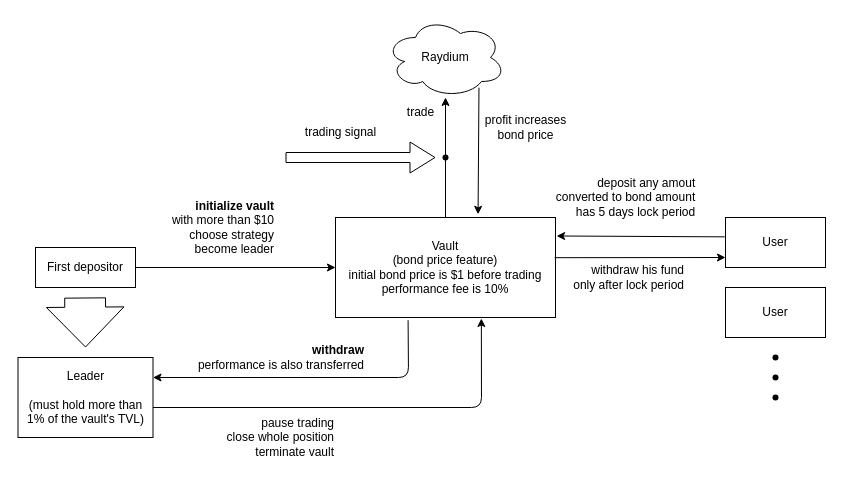
Before: blueprint.drawio in yato-sketch/solana-program-trading, a draw.io diagram. Source tidied: cells renumbered, new cells numbered last; positions are measured from the earlier drawing's top-left corner, leaving out a move shared by most shapes. Both pictures are drawn from the tidied source at 100%, with x=0, y=0 at pixel (17, 17).
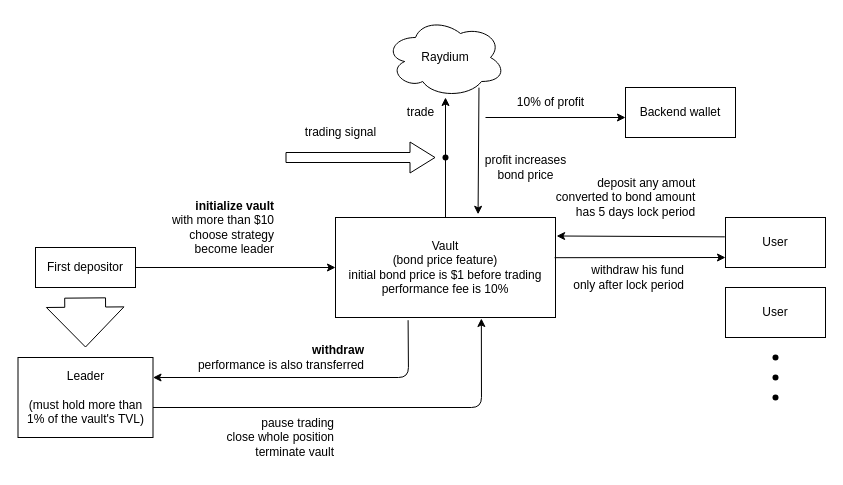
After the change.

Commit message (it also covers changes not shown here):
update: mint & backend wallet

The edit, as a diff of the source:
```diff
@@
     <mxCell id="29" value="profit increases&lt;br&gt;bond price" style="text;html=1;align=center;verticalAlign=middle;strokeColor=none;fillColor=none;" parent="1" vertex="1">
-      <mxGeometry x="458" y="90" width="100" height="40" as="geometry" />
+      <mxGeometry x="458" y="130" width="100" height="40" as="geometry" />
     </mxCell>
+    <mxCell id="30" value="Backend wallet" style="whiteSpace=wrap;html=1;" parent="1" vertex="1">
+      <mxGeometry x="608" y="70" width="110" height="50" as="geometry" />
+    </mxCell>
+    <mxCell id="31" style="edgeStyle=none;jettySize=auto;html=1;entryX=0;entryY=0.6;entryDx=0;entryDy=0;entryPerimeter=0;" parent="1" edge="1" target="30">
+      <mxGeometry relative="1" as="geometry">
+        <mxPoint x="468" y="100" as="sourcePoint" />
+      </mxGeometry>
+    </mxCell>
+    <mxCell id="32" value="10% of profit" style="text;html=1;align=center;verticalAlign=middle;strokeColor=none;fillColor=none;" parent="1" vertex="1">
+      <mxGeometry x="488" y="70" width="90" height="30" as="geometry" />
+    </mxCell>
```
